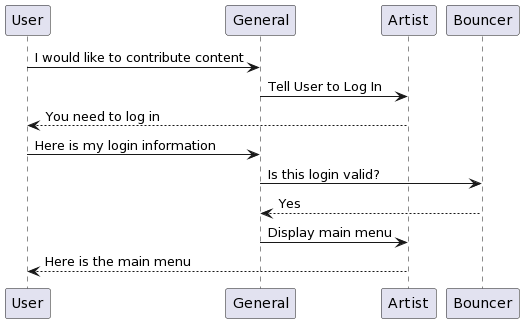
Above: 03_Elaboration/images/user_story_authentication.png in garthmortensen/BetterCryptoBureau (PlantUML), before the change.
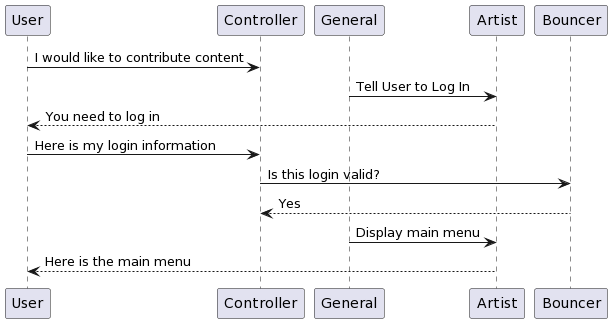
The same diagram one commit later.

Commit message:
Add more user stories

What changed in the source:
```diff
@@ -1,10 +1,10 @@
 @startuml
-User -> General: I would like to contribute content
+User -> Controller: I would like to contribute content
 General -> Artist: Tell User to Log In
 Artist --> User: You need to log in
-User -> General: Here is my login information
-General -> Bouncer: Is this login valid?
-Bouncer --> General: Yes
+User -> Controller: Here is my login information
+Controller -> Bouncer: Is this login valid?
+Bouncer --> Controller: Yes
 General -> Artist: Display main menu
 Artist --> User: Here is the main menu
 @enduml
```
